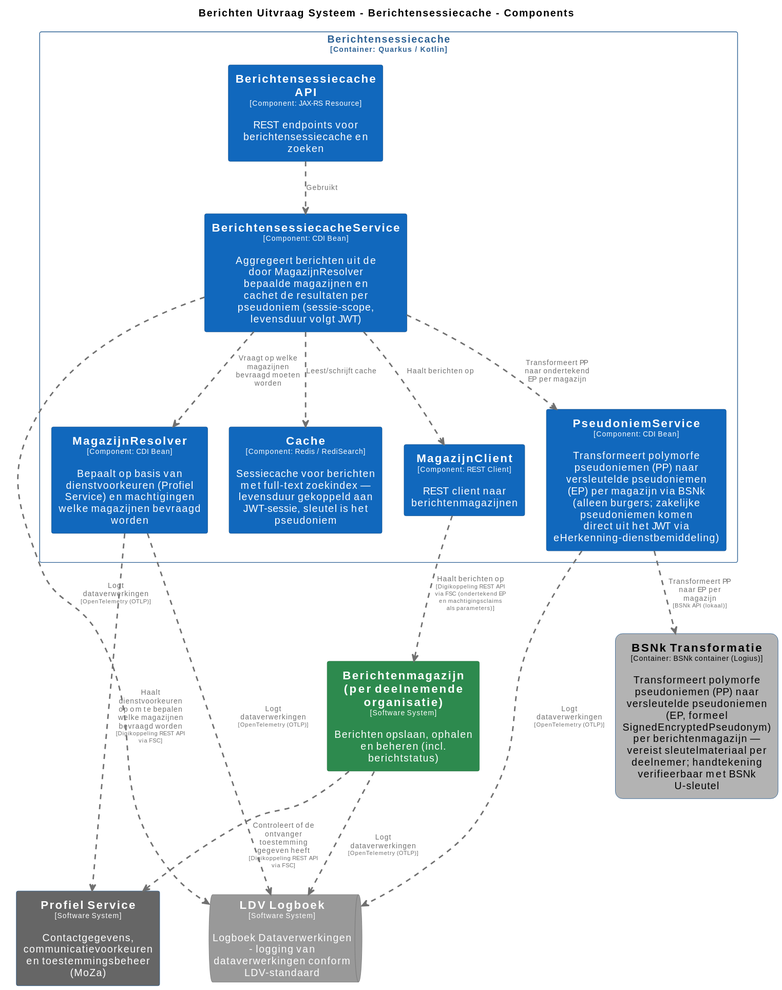
This is pr-preview/pr-22/master/svg/BerichtensessiecacheComponenten.svg from MinBZK/moza-poc-fbs-berichtenbox, a PlantUML export, as it was before one commit. Its source is kept beside it as pr-preview/pr-22/master/puml/BerichtensessiecacheComponenten.puml.
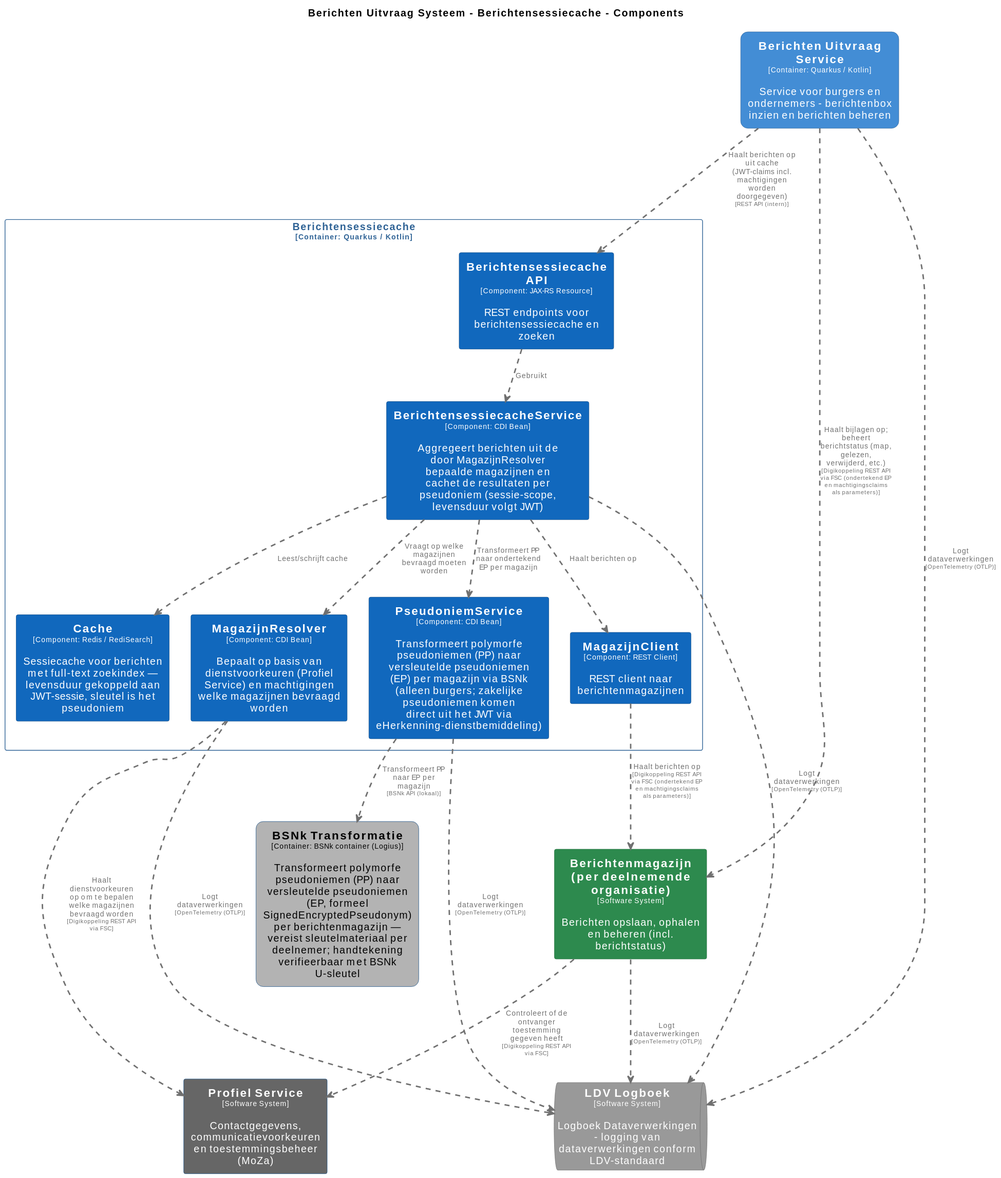
After the commit.

Diff of the diagram source:
```diff
@@ -19,6 +19,13 @@
   BackgroundColor #b3b3b3
   FontColor #000000
   BorderColor #0b4884
+  roundCorner 20
+  shadowing false
+}
+skinparam rectangle<<BerichtenUitvraagSysteem.BerichtenUitvraagService>> {
+  BackgroundColor #438dd5
+  FontColor #ffffff
+  BorderColor #2e6295
   roundCorner 20
   shadowing false
 }
@@ -84,6 +91,7 @@
 
 rectangle "==Profiel Service\n<size:10>[Software System]</size>\n\nContactgegevens, communicatievoorkeuren en toestemmingsbeheer (MoZa)" <<ProfielService>> as ProfielService
 rectangle "==Berichtenmagazijn (per deelnemende organisatie)\n<size:10>[Software System]</size>\n\nBerichten opslaan, ophalen en beheren (incl. berichtstatus)" <<Berichtenmagazijnperdeelnemendeorganisatie>> as Berichtenmagazijnperdeelnemendeorganisatie
+rectangle "==Berichten Uitvraag Service\n<size:10>[Container: Quarkus / Kotlin]</size>\n\nService voor burgers en ondernemers - berichtenbox inzien en berichten beheren" <<BerichtenUitvraagSysteem.BerichtenUitvraagService>> as BerichtenUitvraagSysteem.BerichtenUitvraagService
 rectangle "==BSNk Transformatie\n<size:10>[Container: BSNk container (Logius)]</size>\n\nTransformeert polymorfe pseudoniemen (PP) naar versleutelde pseudoniemen (EP, formeel SignedEncryptedPseudonym) per berichtenmagazijn — vereist sleutelmateriaal per deelnemer; handtekening verifieerbaar met BSNk U-sleutel" <<BerichtenUitvraagSysteem.BSNkTransformatie>> as BerichtenUitvraagSysteem.BSNkTransformatie
 queue "==LDV Logboek\n<size:10>[Software System]</size>\n\nLogboek Dataverwerkingen - logging van dataverwerkingen conform LDV-standaard" <<LDVLogboek>> as LDVLogboek
 
@@ -103,10 +111,13 @@
 BerichtenUitvraagSysteem.Berichtensessiecache.BerichtensessiecacheService .[#707070,thickness=2].> LDVLogboek : "<color:#707070>Logt dataverwerkingen\n<color:#707070><size:8>[OpenTelemetry (OTLP)]</size>"
 BerichtenUitvraagSysteem.Berichtensessiecache.MagazijnResolver .[#707070,thickness=2].> LDVLogboek : "<color:#707070>Logt dataverwerkingen\n<color:#707070><size:8>[OpenTelemetry (OTLP)]</size>"
 BerichtenUitvraagSysteem.Berichtensessiecache.PseudoniemService .[#707070,thickness=2].> LDVLogboek : "<color:#707070>Logt dataverwerkingen\n<color:#707070><size:8>[OpenTelemetry (OTLP)]</size>"
+BerichtenUitvraagSysteem.BerichtenUitvraagService .[#707070,thickness=2].> LDVLogboek : "<color:#707070>Logt dataverwerkingen\n<color:#707070><size:8>[OpenTelemetry (OTLP)]</size>"
 BerichtenUitvraagSysteem.Berichtensessiecache.BerichtensessiecacheAPI .[#707070,thickness=2].> BerichtenUitvraagSysteem.Berichtensessiecache.BerichtensessiecacheService : "<color:#707070>Gebruikt"
 BerichtenUitvraagSysteem.Berichtensessiecache.BerichtensessiecacheService .[#707070,thickness=2].> BerichtenUitvraagSysteem.Berichtensessiecache.MagazijnResolver : "<color:#707070>Vraagt op welke magazijnen bevraagd moeten worden"
 BerichtenUitvraagSysteem.Berichtensessiecache.BerichtensessiecacheService .[#707070,thickness=2].> BerichtenUitvraagSysteem.Berichtensessiecache.PseudoniemService : "<color:#707070>Transformeert PP naar ondertekend EP per magazijn"
 BerichtenUitvraagSysteem.Berichtensessiecache.BerichtensessiecacheService .[#707070,thickness=2].> BerichtenUitvraagSysteem.Berichtensessiecache.Cache : "<color:#707070>Leest/schrijft cache"
 BerichtenUitvraagSysteem.Berichtensessiecache.BerichtensessiecacheService .[#707070,thickness=2].> BerichtenUitvraagSysteem.Berichtensessiecache.MagazijnClient : "<color:#707070>Haalt berichten op"
 BerichtenUitvraagSysteem.Berichtensessiecache.PseudoniemService .[#707070,thickness=2].> BerichtenUitvraagSysteem.BSNkTransformatie : "<color:#707070>Transformeert PP naar EP per magazijn\n<color:#707070><size:8>[BSNk API (lokaal)]</size>"
+BerichtenUitvraagSysteem.BerichtenUitvraagService .[#707070,thickness=2].> BerichtenUitvraagSysteem.Berichtensessiecache.BerichtensessiecacheAPI : "<color:#707070>Haalt berichten op uit cache (JWT-claims incl. machtigingen worden doorgegeven)\n<color:#707070><size:8>[REST API (intern)]</size>"
+BerichtenUitvraagSysteem.BerichtenUitvraagService .[#707070,thickness=2].> Berichtenmagazijnperdeelnemendeorganisatie : "<color:#707070>Haalt bijlagen op; beheert berichtstatus (map, gelezen, verwijderd, etc.)\n<color:#707070><size:8>[Digikoppeling REST API via FSC (ondertekend EP en machtigingsclaims als parameters)]</size>"
 @enduml
```
